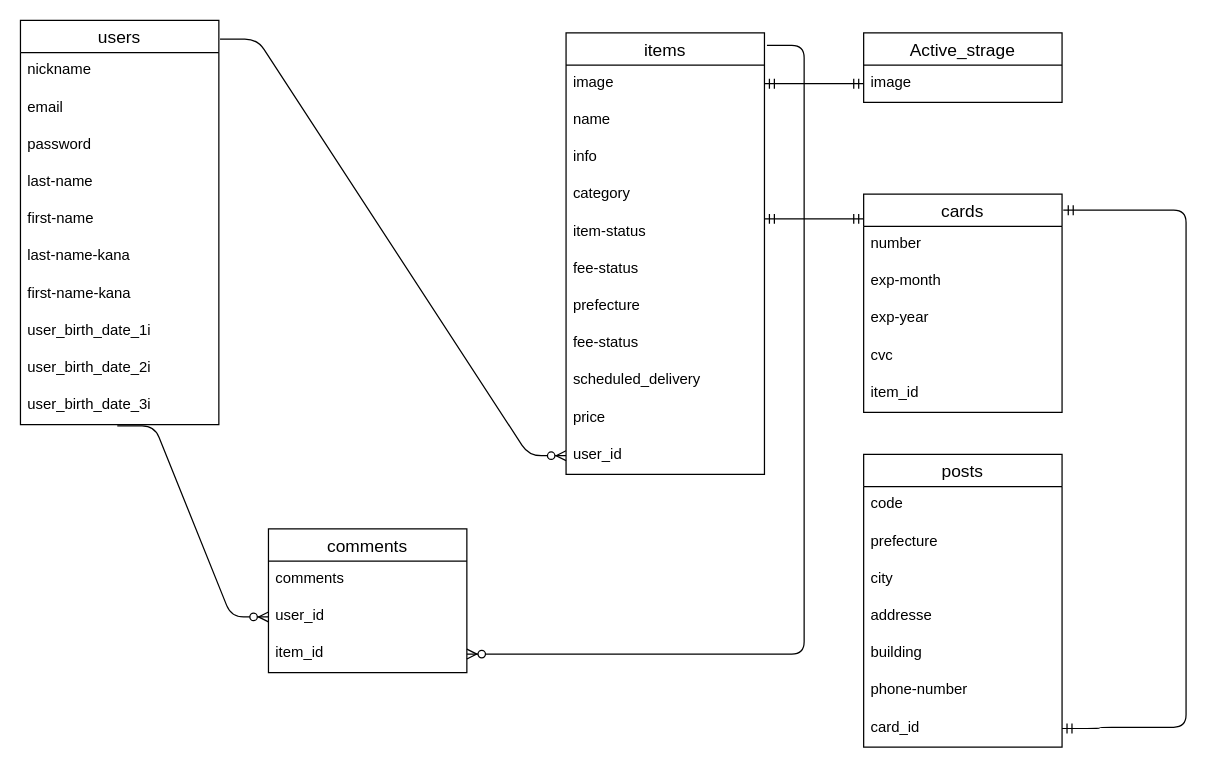
Before: er.dio in tetutetu214/furima-31782, a draw.io diagram. Source tidied: cells renumbered, new cells numbered last; positions are measured from the earlier drawing's top-left corner, leaving out a move shared by most shapes. Both pictures are drawn from the tidied source at 124%, with x=0, y=0 at pixel (20, 20).
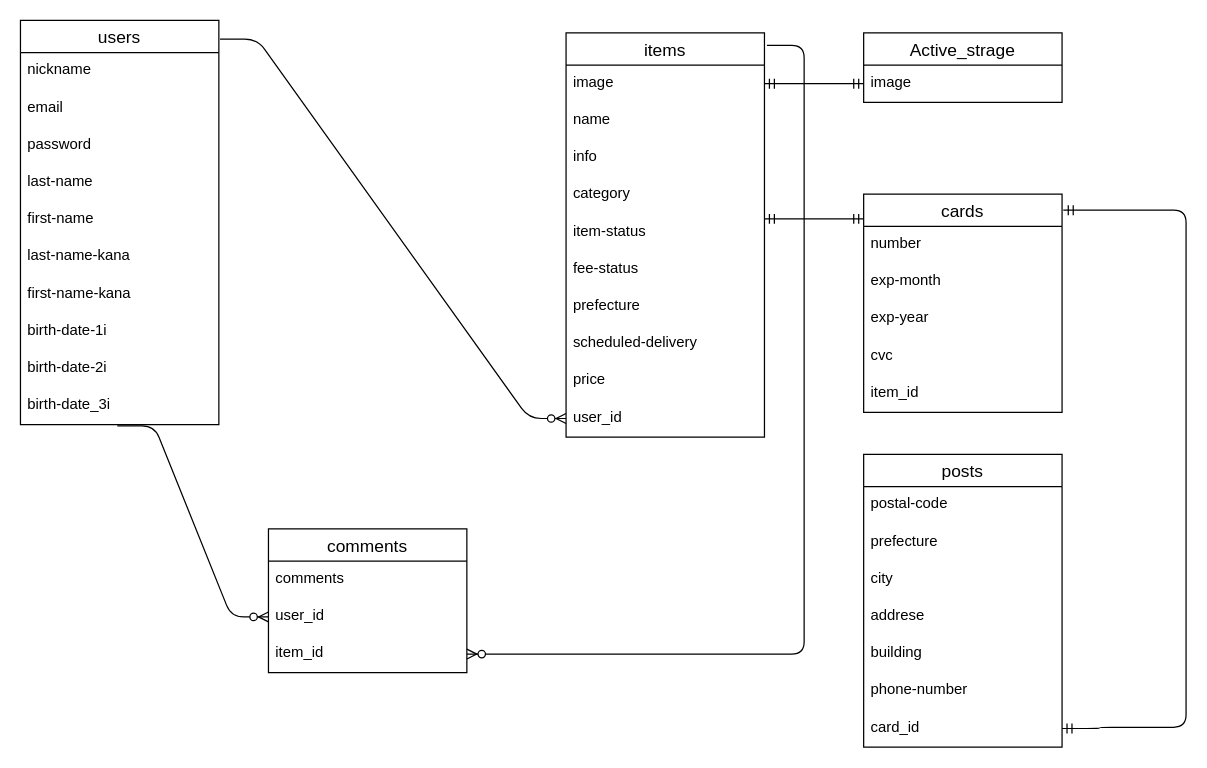
Above is the later version.

The change refers to these unchanged cells:
```xml
<mxCell id="17" value="users" style="swimlane;fontStyle=0;horizontal=1;startSize=26;align=center;fontSize=14;" parent="1" vertex="1">
  <mxGeometry width="160" height="326" as="geometry" />
</mxCell>
<mxCell id="35" value="posts" style="swimlane;fontStyle=0;horizontal=1;startSize=26;align=center;fontSize=14;" parent="1" vertex="1">
  <mxGeometry x="680" y="350" width="160" height="236" as="geometry" />
</mxCell>
```

The edit, as a diff of the source:
```diff
@@
     <mxCell id="3" value="items" style="swimlane;fontStyle=0;horizontal=1;startSize=26;align=center;fontSize=14;" parent="1" vertex="1">
-      <mxGeometry x="440" y="10" width="160" height="356" as="geometry" />
+      <mxGeometry x="440" y="10" width="160" height="326" as="geometry" />
     </mxCell>
@@
-    <mxCell id="11" value="fee-status" style="text;strokeColor=none;fillColor=none;spacingLeft=4;spacingRight=4;overflow=hidden;fontSize=12;" parent="3" vertex="1">
-      <mxGeometry y="236" width="160" height="30" as="geometry" />
-    </mxCell>
-    <mxCell id="12" value="scheduled_delivery" style="text;strokeColor=none;fillColor=none;spacingLeft=4;spacingRight=4;overflow=hidden;fontSize=12;" parent="3" vertex="1">
-      <mxGeometry y="266" width="160" height="30" as="geometry" />
+    <mxCell id="12" value="scheduled-delivery" style="text;strokeColor=none;fillColor=none;spacingLeft=4;spacingRight=4;overflow=hidden;fontSize=12;" parent="3" vertex="1">
+      <mxGeometry y="236" width="160" height="30" as="geometry" />
     </mxCell>
     <mxCell id="13" value="price" style="text;strokeColor=none;fillColor=none;spacingLeft=4;spacingRight=4;overflow=hidden;fontSize=12;" parent="3" vertex="1">
-      <mxGeometry y="296" width="160" height="30" as="geometry" />
+      <mxGeometry y="266" width="160" height="30" as="geometry" />
     </mxCell>
     <mxCell id="14" value="user_id&#10;" style="text;strokeColor=none;fillColor=none;spacingLeft=4;spacingRight=4;overflow=hidden;points=[[0,0.5],[1,0.5]];portConstraint=eastwest;fontSize=12;" parent="3" vertex="1">
-      <mxGeometry y="326" width="160" height="30" as="geometry" />
+      <mxGeometry y="296" width="160" height="30" as="geometry" />
     </mxCell>
@@
-    <mxCell id="25" value="user_birth_date_1i" style="text;strokeColor=none;fillColor=none;spacingLeft=4;spacingRight=4;overflow=hidden;fontSize=12;" parent="17" vertex="1">
+    <mxCell id="25" value="birth-date-1i" style="text;strokeColor=none;fillColor=none;spacingLeft=4;spacingRight=4;overflow=hidden;fontSize=12;" parent="17" vertex="1">
       <mxGeometry y="236" width="160" height="30" as="geometry" />
     </mxCell>
-    <mxCell id="26" value="user_birth_date_2i" style="text;strokeColor=none;fillColor=none;spacingLeft=4;spacingRight=4;overflow=hidden;fontSize=12;" parent="17" vertex="1">
+    <mxCell id="26" value="birth-date-2i" style="text;strokeColor=none;fillColor=none;spacingLeft=4;spacingRight=4;overflow=hidden;fontSize=12;" parent="17" vertex="1">
       <mxGeometry y="266" width="160" height="30" as="geometry" />
     </mxCell>
-    <mxCell id="27" value="user_birth_date_3i" style="text;strokeColor=none;fillColor=none;spacingLeft=4;spacingRight=4;overflow=hidden;points=[[0,0.5],[1,0.5]];portConstraint=eastwest;fontSize=12;" parent="17" vertex="1">
+    <mxCell id="27" value="birth-date_3i" style="text;strokeColor=none;fillColor=none;spacingLeft=4;spacingRight=4;overflow=hidden;points=[[0,0.5],[1,0.5]];portConstraint=eastwest;fontSize=12;" parent="17" vertex="1">
       <mxGeometry y="296" width="160" height="30" as="geometry" />
     </mxCell>
@@
-    <mxCell id="36" value="code" style="text;strokeColor=none;fillColor=none;spacingLeft=4;spacingRight=4;overflow=hidden;fontSize=12;" parent="35" vertex="1">
+    <mxCell id="36" value="postal-code" style="text;strokeColor=none;fillColor=none;spacingLeft=4;spacingRight=4;overflow=hidden;fontSize=12;" parent="35" vertex="1">
       <mxGeometry y="26" width="160" height="30" as="geometry" />
     </mxCell>
@@
-    <mxCell id="39" value="addresse" style="text;strokeColor=none;fillColor=none;spacingLeft=4;spacingRight=4;overflow=hidden;fontSize=12;" parent="35" vertex="1">
+    <mxCell id="39" value="addrese" style="text;strokeColor=none;fillColor=none;spacingLeft=4;spacingRight=4;overflow=hidden;fontSize=12;" parent="35" vertex="1">
       <mxGeometry y="116" width="160" height="30" as="geometry" />
     </mxCell>
```
